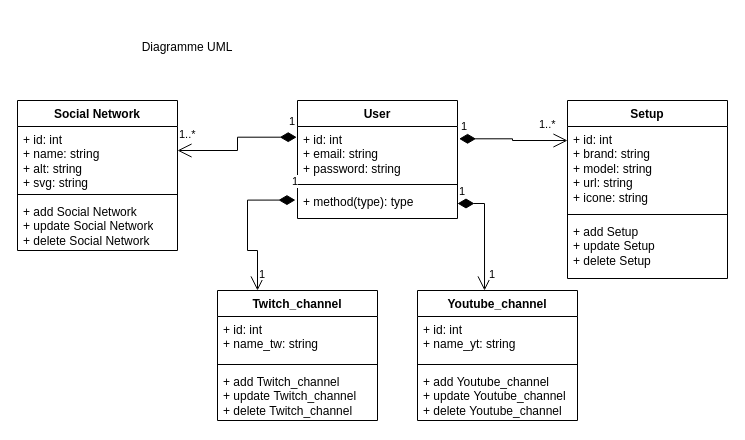
The draw.io diagram _Projet/Diagramme UML.drawio in Akirakaz/PapyWilly, before the edit. Source tidied: cells renumbered, new cells numbered last; positions are measured from the earlier drawing's top-left corner, leaving out a move shared by most shapes. Both pictures are drawn from the tidied source at 100%, with x=0, y=0 at pixel (17, 17).
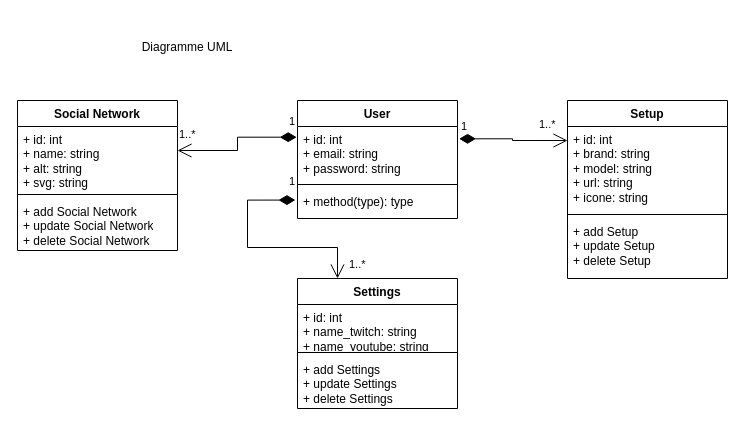
Above is the later version.

Unchanged cells that the change refers to:
```xml
<mxCell id="13" value="+ method(type): type" style="text;strokeColor=none;fillColor=none;align=left;verticalAlign=top;spacingLeft=4;spacingRight=4;overflow=hidden;points=[[0,0.5],[1,0.5]];portConstraint=eastwest;whiteSpace=wrap;html=1;" parent="10" vertex="1">
  <mxGeometry y="88" width="160" height="30" as="geometry" />
</mxCell>
```

Change to the diagram source:
```diff
@@
-    <mxCell id="2" value="Twitch_channel" style="swimlane;fontStyle=1;align=center;verticalAlign=top;horizontal=1;startSize=26;whiteSpace=wrap;html=1;" parent="1" vertex="1">
-      <mxGeometry x="200" y="273" width="160" height="130" as="geometry" />
+    <mxCell id="2" value="Settings" style="swimlane;fontStyle=1;align=center;verticalAlign=top;horizontal=1;startSize=26;whiteSpace=wrap;html=1;" parent="1" vertex="1">
+      <mxGeometry x="280" y="261" width="160" height="130" as="geometry" />
     </mxCell>
-    <mxCell id="3" value="+ id: int&lt;br style=&quot;border-color: var(--border-color);&quot;&gt;+ name_tw: string" style="text;strokeColor=none;fillColor=none;align=left;verticalAlign=top;spacingLeft=4;spacingRight=4;overflow=hidden;whiteSpace=wrap;html=1;" parent="2" vertex="1">
+    <mxCell id="3" value="+ id: int&lt;br style=&quot;border-color: var(--border-color);&quot;&gt;+ name_twitch: string&lt;br&gt;+ name_youtube: string" style="text;strokeColor=none;fillColor=none;align=left;verticalAlign=top;spacingLeft=4;spacingRight=4;overflow=hidden;whiteSpace=wrap;html=1;" parent="2" vertex="1">
       <mxGeometry y="26" width="160" height="44" as="geometry" />
     </mxCell>
@@
-    <mxCell id="5" value="+ add&amp;nbsp;Twitch_channel&lt;br style=&quot;border-color: var(--border-color);&quot;&gt;+ update&amp;nbsp;Twitch_channel&lt;br style=&quot;border-color: var(--border-color);&quot;&gt;+ delete&amp;nbsp;Twitch_channel" style="text;strokeColor=none;fillColor=none;align=left;verticalAlign=top;spacingLeft=4;spacingRight=4;overflow=hidden;whiteSpace=wrap;html=1;" parent="2" vertex="1">
+    <mxCell id="5" value="+ add Settings&lt;br style=&quot;border-color: var(--border-color);&quot;&gt;+ update Settings&lt;br style=&quot;border-color: var(--border-color);&quot;&gt;+ delete Settings" style="text;strokeColor=none;fillColor=none;align=left;verticalAlign=top;spacingLeft=4;spacingRight=4;overflow=hidden;whiteSpace=wrap;html=1;" parent="2" vertex="1">
       <mxGeometry y="78" width="160" height="52" as="geometry" />
     </mxCell>
@@
-    <mxCell id="14" value="Youtube_channel" style="swimlane;fontStyle=1;align=center;verticalAlign=top;horizontal=1;startSize=26;whiteSpace=wrap;html=1;" parent="1" vertex="1">
-      <mxGeometry x="400" y="273" width="160" height="130" as="geometry" />
-    </mxCell>
-    <mxCell id="15" value="+ id: int&lt;br&gt;+ name_yt: string" style="text;strokeColor=none;fillColor=none;align=left;verticalAlign=top;spacingLeft=4;spacingRight=4;overflow=hidden;whiteSpace=wrap;html=1;" parent="14" vertex="1">
-      <mxGeometry y="26" width="160" height="44" as="geometry" />
-    </mxCell>
-    <mxCell id="16" style="line;strokeWidth=1;fillColor=none;align=left;verticalAlign=middle;spacingTop=-1;spacingLeft=3;spacingRight=3;labelPosition=right;strokeColor=inherit;" parent="14" vertex="1">
-      <mxGeometry y="70" width="160" height="8" as="geometry" />
-    </mxCell>
-    <mxCell id="17" value="+ add&amp;nbsp;Youtube_channel&lt;br style=&quot;border-color: var(--border-color);&quot;&gt;+ update&amp;nbsp;Youtube_channel&lt;br style=&quot;border-color: var(--border-color);&quot;&gt;+ delete&amp;nbsp;Youtube_channel" style="text;strokeColor=none;fillColor=none;align=left;verticalAlign=top;spacingLeft=4;spacingRight=4;overflow=hidden;whiteSpace=wrap;html=1;" parent="14" vertex="1">
-      <mxGeometry y="78" width="160" height="52" as="geometry" />
-    </mxCell>
@@
     <mxCell id="22" value="1" style="endArrow=open;html=1;endSize=12;startArrow=diamondThin;startSize=14;startFill=1;edgeStyle=orthogonalEdgeStyle;align=left;verticalAlign=bottom;rounded=0;entryX=0.25;entryY=0;entryDx=0;entryDy=0;exitX=-0.013;exitY=0.386;exitDx=0;exitDy=0;exitPerimeter=0;" parent="1" edge="1" source="13" target="2">
       <mxGeometry x="-0.93" y="-10" relative="1" as="geometry">
         <Array as="points">
           <mxPoint x="230" y="183" />
-          <mxPoint x="230" y="233" />
-          <mxPoint x="240" y="233" />
+          <mxPoint x="230" y="230" />
+          <mxPoint x="320" y="230" />
         </Array>
       </mxGeometry>
     </mxCell>
@@
-    <mxCell id="25" value="&lt;span style=&quot;color: rgb(0, 0, 0); font-family: Helvetica; font-size: 11px; font-style: normal; font-variant-ligatures: normal; font-variant-caps: normal; font-weight: 400; letter-spacing: normal; orphans: 2; text-align: left; text-indent: 0px; text-transform: none; widows: 2; word-spacing: 0px; -webkit-text-stroke-width: 0px; background-color: rgb(255, 255, 255); text-decoration-thickness: initial; text-decoration-style: initial; text-decoration-color: initial; float: none; display: inline !important;&quot;&gt;1&lt;/span&gt;" style="text;whiteSpace=wrap;html=1;" parent="1" vertex="1">
-      <mxGeometry x="240" y="243" width="40" height="40" as="geometry" />
+    <mxCell id="25" value="&lt;span style=&quot;color: rgb(0, 0, 0); font-family: Helvetica; font-size: 11px; font-style: normal; font-variant-ligatures: normal; font-variant-caps: normal; font-weight: 400; letter-spacing: normal; orphans: 2; text-align: left; text-indent: 0px; text-transform: none; widows: 2; word-spacing: 0px; -webkit-text-stroke-width: 0px; background-color: rgb(255, 255, 255); text-decoration-thickness: initial; text-decoration-style: initial; text-decoration-color: initial; float: none; display: inline !important;&quot;&gt;1..*&lt;/span&gt;" style="text;whiteSpace=wrap;html=1;" parent="1" vertex="1">
+      <mxGeometry x="330" y="233" width="40" height="40" as="geometry" />
     </mxCell>
-    <mxCell id="26" value="1" style="endArrow=open;html=1;endSize=12;startArrow=diamondThin;startSize=14;startFill=1;edgeStyle=orthogonalEdgeStyle;align=left;verticalAlign=bottom;rounded=0;exitX=1;exitY=0.5;exitDx=0;exitDy=0;entryX=0.419;entryY=0;entryDx=0;entryDy=0;entryPerimeter=0;" parent="1" edge="1" source="13" target="14">
-      <mxGeometry x="-1" y="3" relative="1" as="geometry" />
-    </mxCell>
-    <mxCell id="27" value="&lt;span style=&quot;color: rgb(0, 0, 0); font-family: Helvetica; font-size: 11px; font-style: normal; font-variant-ligatures: normal; font-variant-caps: normal; font-weight: 400; letter-spacing: normal; orphans: 2; text-align: left; text-indent: 0px; text-transform: none; widows: 2; word-spacing: 0px; -webkit-text-stroke-width: 0px; background-color: rgb(255, 255, 255); text-decoration-thickness: initial; text-decoration-style: initial; text-decoration-color: initial; float: none; display: inline !important;&quot;&gt;1&lt;/span&gt;" style="text;whiteSpace=wrap;html=1;" parent="1" vertex="1">
-      <mxGeometry x="470" y="243" width="40" height="40" as="geometry" />
-    </mxCell>
```
